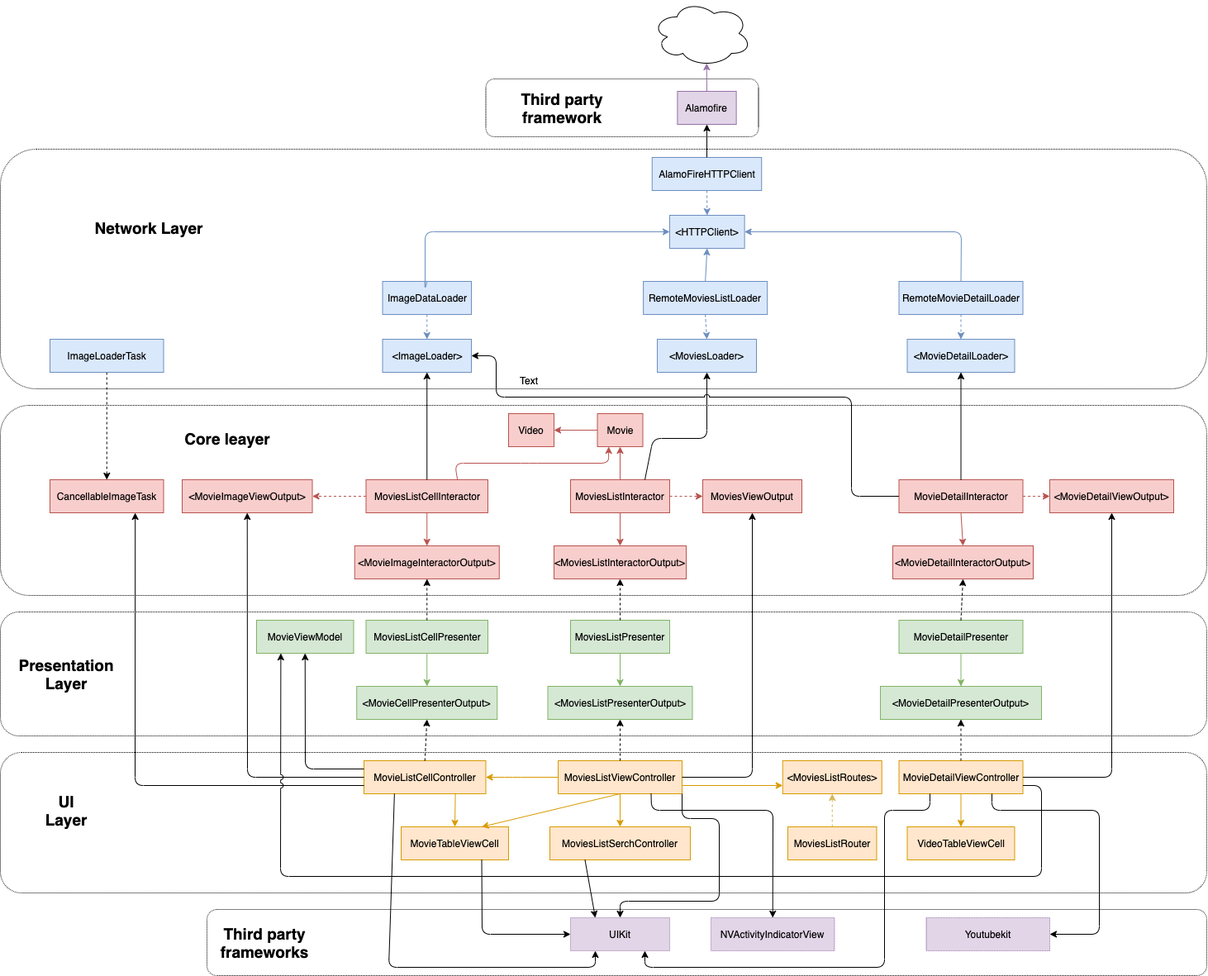
damcho/TMDBApp keeps this draw.io diagram as TMDBDiagram.png. Above is the earlier version. Source tidied: cells renumbered, new cells last; positions are measured from the earlier drawing's top-left corner, leaving out a move shared by most shapes.
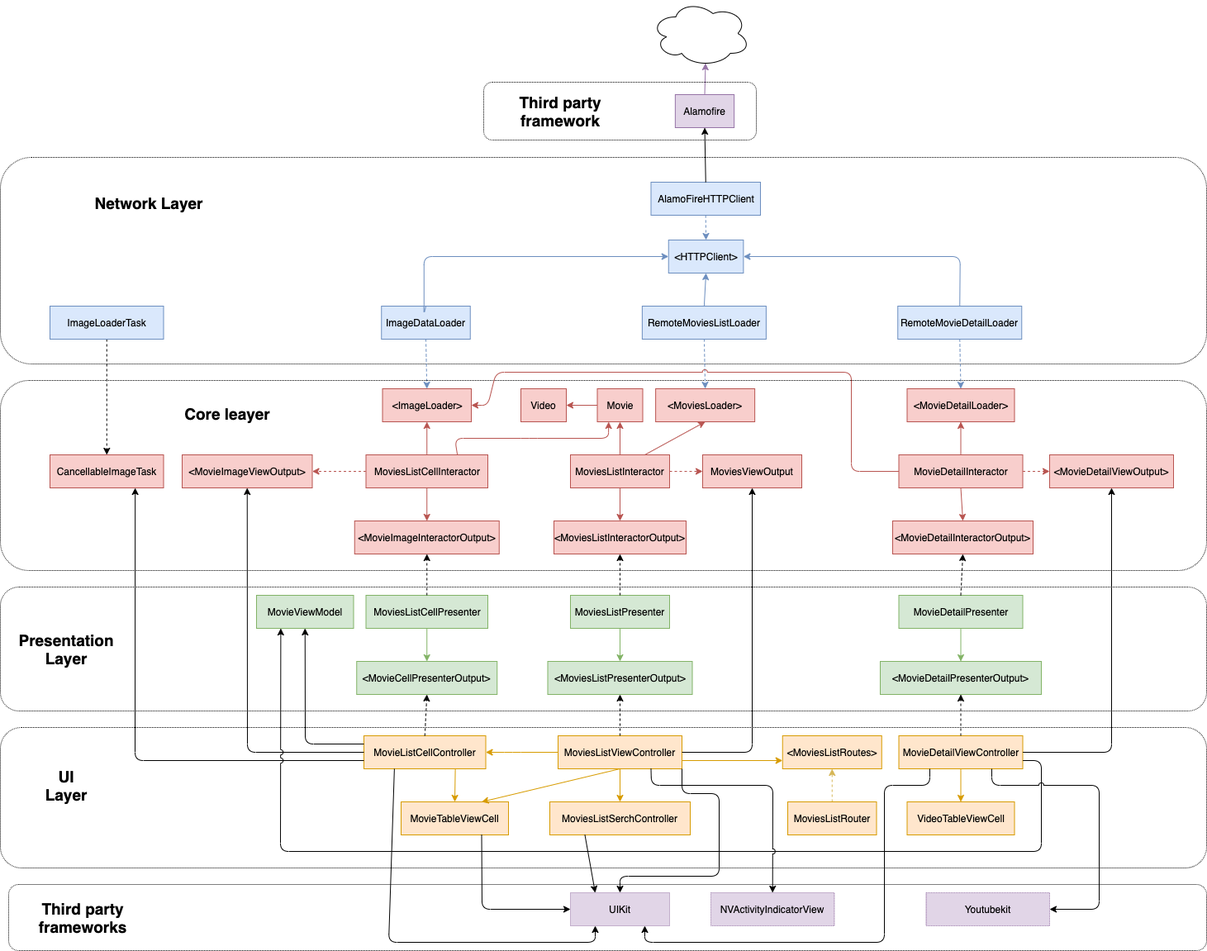
After the commit.

Diff of the diagram source:
```diff
@@ -3,10 +3,10 @@
     <mxCell id="0" />
     <mxCell id="1" parent="0" />
     <mxCell id="2" style="rounded=1;whiteSpace=wrap;html=1;dashed=1;dashPattern=1 1;" parent="1" vertex="1">
-      <mxGeometry x="250" y="1100" width="1210" height="80" as="geometry" />
+      <mxGeometry x="10" y="1100" width="1450" height="80" as="geometry" />
     </mxCell>
     <mxCell id="3" style="rounded=1;whiteSpace=wrap;html=1;dashed=1;dashPattern=1 1;" parent="1" vertex="1">
-      <mxGeometry x="587.5" y="95" width="330" height="70" as="geometry" />
+      <mxGeometry x="585" y="129" width="330" height="70" as="geometry" />
     </mxCell>
     <mxCell id="4" style="rounded=1;whiteSpace=wrap;html=1;dashed=1;dashPattern=1 1;" parent="1" vertex="1">
       <mxGeometry y="910" width="1460" height="170" as="geometry" />
@@ -18,7 +18,7 @@
       <mxGeometry y="490" width="1460" height="230" as="geometry" />
     </mxCell>
     <mxCell id="7" style="rounded=1;whiteSpace=wrap;html=1;dashed=1;dashPattern=1 1;" parent="1" vertex="1">
-      <mxGeometry y="180" width="1460" height="290" as="geometry" />
+      <mxGeometry y="220" width="1460" height="250" as="geometry" />
     </mxCell>
     <mxCell id="8" value="MoviesListInteractor" style="rounded=0;whiteSpace=wrap;html=1;fillColor=#f8cecc;strokeColor=#b85450;" parent="1" vertex="1">
       <mxGeometry x="690" y="580" width="120" height="40" as="geometry" />
@@ -41,20 +41,20 @@
     <mxCell id="14" value="&amp;lt;MoviesListInteractorOutput&amp;gt;" style="rounded=0;whiteSpace=wrap;html=1;fillColor=#f8cecc;strokeColor=#b85450;" parent="1" vertex="1">
       <mxGeometry x="670" y="660" width="160" height="40" as="geometry" />
     </mxCell>
-    <mxCell id="15" value="&amp;lt;MoviesLoader&amp;gt;" style="rounded=0;whiteSpace=wrap;html=1;fillColor=#dae8fc;strokeColor=#6c8ebf;" parent="1" vertex="1">
-      <mxGeometry x="795" y="410" width="120" height="40" as="geometry" />
+    <mxCell id="15" value="&amp;lt;MoviesLoader&amp;gt;" style="rounded=0;whiteSpace=wrap;html=1;fillColor=#f8cecc;strokeColor=#b85450;" parent="1" vertex="1">
+      <mxGeometry x="793.1" y="500" width="120" height="40" as="geometry" />
     </mxCell>
     <mxCell id="16" value="MoviesViewOutput" style="rounded=0;whiteSpace=wrap;html=1;fillColor=#f8cecc;strokeColor=#b85450;" parent="1" vertex="1">
       <mxGeometry x="850" y="580" width="120" height="40" as="geometry" />
     </mxCell>
     <mxCell id="17" value="RemoteMoviesListLoader" style="rounded=0;whiteSpace=wrap;html=1;fillColor=#dae8fc;strokeColor=#6c8ebf;" parent="1" vertex="1">
-      <mxGeometry x="778.1" y="340" width="150" height="40" as="geometry" />
+      <mxGeometry x="776.9" y="400" width="150" height="40" as="geometry" />
     </mxCell>
     <mxCell id="18" value="Movie" style="rounded=0;whiteSpace=wrap;html=1;fillColor=#f8cecc;strokeColor=#b85450;" parent="1" vertex="1">
       <mxGeometry x="722.5" y="500" width="55" height="40" as="geometry" />
     </mxCell>
     <mxCell id="19" value="Video" style="rounded=0;whiteSpace=wrap;html=1;fillColor=#f8cecc;strokeColor=#b85450;" parent="1" vertex="1">
-      <mxGeometry x="615" y="500" width="55" height="40" as="geometry" />
+      <mxGeometry x="630" y="500" width="55" height="40" as="geometry" />
     </mxCell>
     <mxCell id="20" style="endArrow=classic;html=1;entryX=0.5;entryY=0;entryDx=0;entryDy=0;exitX=0.5;exitY=1;exitDx=0;exitDy=0;fillColor=#ffe6cc;strokeColor=#d79b00;" parent="1" edge="1" source="13" target="10">
       <mxGeometry relative="1" as="geometry" />
@@ -90,13 +90,8 @@
         </Array>
       </mxGeometry>
     </mxCell>
-    <mxCell id="30" style="endArrow=classic;html=1;exitX=0.75;exitY=0;exitDx=0;exitDy=0;entryX=0.5;entryY=1;entryDx=0;entryDy=0;" parent="1" edge="1" source="8" target="15">
-      <mxGeometry relative="1" as="geometry">
-        <Array as="points">
-          <mxPoint x="790" y="530" />
-          <mxPoint x="855" y="530" />
-        </Array>
-      </mxGeometry>
+    <mxCell id="30" style="endArrow=classic;html=1;exitX=0.75;exitY=0;exitDx=0;exitDy=0;entryX=0.5;entryY=1;entryDx=0;entryDy=0;fillColor=#f8cecc;strokeColor=#b85450;" parent="1" edge="1" source="8" target="15">
+      <mxGeometry relative="1" as="geometry" />
     </mxCell>
     <mxCell id="31" style="endArrow=classic;html=1;dashed=1;entryX=0.5;entryY=0;entryDx=0;entryDy=0;exitX=0.5;exitY=1;exitDx=0;exitDy=0;fillColor=#dae8fc;strokeColor=#6c8ebf;" parent="1" edge="1" source="17" target="15">
       <mxGeometry relative="1" as="geometry" />
@@ -111,22 +106,22 @@
       <mxGeometry relative="1" as="geometry" />
     </mxCell>
     <mxCell id="35" value="&amp;lt;HTTPClient&amp;gt;" style="rounded=0;whiteSpace=wrap;html=1;fillColor=#dae8fc;strokeColor=#6c8ebf;" parent="1" vertex="1">
-      <mxGeometry x="810" y="260" width="90.6" height="40" as="geometry" />
+      <mxGeometry x="808.8" y="320" width="90.6" height="40" as="geometry" />
     </mxCell>
     <mxCell id="36" style="endArrow=classic;html=1;entryX=0.5;entryY=1;entryDx=0;entryDy=0;exitX=0.5;exitY=0;exitDx=0;exitDy=0;fillColor=#dae8fc;strokeColor=#6c8ebf;" parent="1" edge="1" source="17" target="35">
       <mxGeometry relative="1" as="geometry" />
     </mxCell>
     <mxCell id="37" value="AlamoFireHTTPClient" style="rounded=0;whiteSpace=wrap;html=1;fillColor=#dae8fc;strokeColor=#6c8ebf;" parent="1" vertex="1">
-      <mxGeometry x="788.8" y="190" width="132.5" height="40" as="geometry" />
+      <mxGeometry x="787.5" y="250" width="132.5" height="40" as="geometry" />
     </mxCell>
     <mxCell id="38" style="endArrow=classic;html=1;dashed=1;entryX=0.5;entryY=0;entryDx=0;entryDy=0;exitX=0.5;exitY=1;exitDx=0;exitDy=0;fillColor=#dae8fc;strokeColor=#6c8ebf;" parent="1" edge="1" source="37" target="35">
       <mxGeometry relative="1" as="geometry" />
     </mxCell>
     <mxCell id="39" style="ellipse;shape=cloud;whiteSpace=wrap;html=1;" parent="1" vertex="1">
-      <mxGeometry x="788.8" width="120" height="80" as="geometry" />
+      <mxGeometry x="787.5" y="30" width="120" height="80" as="geometry" />
     </mxCell>
     <mxCell id="40" value="Alamofire" style="rounded=0;whiteSpace=wrap;html=1;fillColor=#e1d5e7;strokeColor=#9673a6;" parent="1" vertex="1">
-      <mxGeometry x="819.4" y="110" width="71.2" height="40" as="geometry" />
+      <mxGeometry x="816.9" y="144" width="71.2" height="40" as="geometry" />
     </mxCell>
     <mxCell id="41" style="endArrow=classic;html=1;entryX=0.5;entryY=1;entryDx=0;entryDy=0;exitX=0.5;exitY=0;exitDx=0;exitDy=0;" parent="1" edge="1" source="37" target="40">
       <mxGeometry relative="1" as="geometry" />
@@ -181,10 +176,10 @@
     <mxCell id="55" style="endArrow=classic;html=1;dashed=1;entryX=1;entryY=0.5;entryDx=0;entryDy=0;exitX=0;exitY=0.5;exitDx=0;exitDy=0;fillColor=#f8cecc;strokeColor=#b85450;" parent="1" edge="1" source="43" target="48">
       <mxGeometry relative="1" as="geometry" />
     </mxCell>
-    <mxCell id="56" value="&amp;lt;ImageLoader&amp;gt;" style="rounded=0;whiteSpace=wrap;html=1;fillColor=#dae8fc;strokeColor=#6c8ebf;" parent="1" vertex="1">
-      <mxGeometry x="462.5" y="410" width="107.5" height="40" as="geometry" />
+    <mxCell id="56" value="&amp;lt;ImageLoader&amp;gt;" style="rounded=0;whiteSpace=wrap;html=1;fillColor=#f8cecc;strokeColor=#b85450;" parent="1" vertex="1">
+      <mxGeometry x="462.5" y="500" width="107.5" height="40" as="geometry" />
     </mxCell>
-    <mxCell id="57" style="endArrow=classic;html=1;entryX=0.5;entryY=1;entryDx=0;entryDy=0;exitX=0.5;exitY=0;exitDx=0;exitDy=0;" parent="1" edge="1" source="43" target="56">
+    <mxCell id="57" style="endArrow=classic;html=1;entryX=0.5;entryY=1;entryDx=0;entryDy=0;exitX=0.5;exitY=0;exitDx=0;exitDy=0;fillColor=#f8cecc;strokeColor=#b85450;" parent="1" edge="1" source="43" target="56">
       <mxGeometry relative="1" as="geometry" />
     </mxCell>
     <mxCell id="58" style="endArrow=classic;html=1;entryX=0.25;entryY=1;entryDx=0;entryDy=0;exitX=0.75;exitY=0;exitDx=0;exitDy=0;fillColor=#f8cecc;strokeColor=#b85450;" parent="1" edge="1" source="43" target="18">
@@ -197,7 +192,7 @@
       </mxGeometry>
     </mxCell>
     <mxCell id="59" value="ImageDataLoader" style="rounded=0;whiteSpace=wrap;html=1;fillColor=#dae8fc;strokeColor=#6c8ebf;" parent="1" vertex="1">
-      <mxGeometry x="462.5" y="340" width="107.5" height="40" as="geometry" />
+      <mxGeometry x="461.2" y="400" width="107.5" height="40" as="geometry" />
     </mxCell>
     <mxCell id="60" style="endArrow=classic;html=1;dashed=1;entryX=0.5;entryY=0;entryDx=0;entryDy=0;exitX=0.5;exitY=1;exitDx=0;exitDy=0;fillColor=#dae8fc;strokeColor=#6c8ebf;" parent="1" edge="1" source="59" target="56">
       <mxGeometry relative="1" as="geometry" />
@@ -205,8 +200,8 @@
     <mxCell id="61" style="endArrow=classic;html=1;entryX=0;entryY=0.5;entryDx=0;entryDy=0;exitX=0.5;exitY=0;exitDx=0;exitDy=0;fillColor=#dae8fc;strokeColor=#6c8ebf;" parent="1" edge="1" source="59" target="35">
       <mxGeometry relative="1" as="geometry">
         <Array as="points">
-          <mxPoint x="514" y="350" />
-          <mxPoint x="514" y="280" />
+          <mxPoint x="512.8" y="410" />
+          <mxPoint x="512.8" y="340" />
         </Array>
       </mxGeometry>
     </mxCell>
@@ -234,7 +229,7 @@
       <mxGeometry relative="1" as="geometry" />
     </mxCell>
     <mxCell id="67" value="ImageLoaderTask" style="rounded=0;whiteSpace=wrap;html=1;fillColor=#dae8fc;strokeColor=#6c8ebf;" parent="1" vertex="1">
-      <mxGeometry x="60" y="410" width="137.5" height="40" as="geometry" />
+      <mxGeometry x="60" y="400" width="137.5" height="40" as="geometry" />
     </mxCell>
     <mxCell id="68" style="endArrow=classic;html=1;entryX=0.5;entryY=0;entryDx=0;entryDy=0;exitX=0.75;exitY=1;exitDx=0;exitDy=0;fillColor=#ffe6cc;strokeColor=#d79b00;" parent="1" edge="1" source="45" target="11">
       <mxGeometry relative="1" as="geometry" />
@@ -279,23 +274,23 @@
     <mxCell id="80" style="endArrow=classic;html=1;dashed=1;entryX=0.5;entryY=1;entryDx=0;entryDy=0;exitX=0.5;exitY=0;exitDx=0;exitDy=0;" parent="1" edge="1" source="71" target="72">
       <mxGeometry relative="1" as="geometry" />
     </mxCell>
-    <mxCell id="81" style="endArrow=classic;html=1;entryX=1;entryY=0.5;entryDx=0;entryDy=0;exitX=0;exitY=0.5;exitDx=0;exitDy=0;jumpStyle=arc;" parent="1" edge="1" source="69" target="56">
+    <mxCell id="81" style="endArrow=classic;html=1;entryX=1;entryY=0.5;entryDx=0;entryDy=0;exitX=0;exitY=0.5;exitDx=0;exitDy=0;jumpStyle=arc;fillColor=#f8cecc;strokeColor=#b85450;" parent="1" edge="1" source="69" target="56">
       <mxGeometry relative="1" as="geometry">
         <Array as="points">
           <mxPoint x="1030" y="600" />
           <mxPoint x="1030" y="480" />
           <mxPoint x="600" y="480" />
-          <mxPoint x="600" y="430" />
+          <mxPoint x="590" y="520" />
         </Array>
       </mxGeometry>
     </mxCell>
     <mxCell id="82" value="RemoteMovieDetailLoader" style="rounded=0;whiteSpace=wrap;html=1;fillColor=#dae8fc;strokeColor=#6c8ebf;" parent="1" vertex="1">
-      <mxGeometry x="1087.5" y="340" width="150" height="40" as="geometry" />
+      <mxGeometry x="1086.2" y="400" width="150" height="40" as="geometry" />
     </mxCell>
-    <mxCell id="83" value="&amp;lt;MovieDetailLoader&amp;gt;" style="rounded=0;whiteSpace=wrap;html=1;fillColor=#dae8fc;strokeColor=#6c8ebf;" parent="1" vertex="1">
-      <mxGeometry x="1097.5" y="410" width="130" height="40" as="geometry" />
+    <mxCell id="83" value="&amp;lt;MovieDetailLoader&amp;gt;" style="rounded=0;whiteSpace=wrap;html=1;fillColor=#f8cecc;strokeColor=#b85450;" parent="1" vertex="1">
+      <mxGeometry x="1097.5" y="500" width="130" height="40" as="geometry" />
     </mxCell>
-    <mxCell id="84" style="endArrow=classic;html=1;entryX=0.5;entryY=1;entryDx=0;entryDy=0;exitX=0.5;exitY=0;exitDx=0;exitDy=0;" parent="1" edge="1" source="69" target="83">
+    <mxCell id="84" style="endArrow=classic;html=1;entryX=0.5;entryY=1;entryDx=0;entryDy=0;exitX=0.5;exitY=0;exitDx=0;exitDy=0;fillColor=#f8cecc;strokeColor=#b85450;" parent="1" edge="1" source="69" target="83">
       <mxGeometry relative="1" as="geometry" />
     </mxCell>
     <mxCell id="85" style="endArrow=classic;html=1;dashed=1;entryX=0.5;entryY=0;entryDx=0;entryDy=0;exitX=0.5;exitY=1;exitDx=0;exitDy=0;fillColor=#dae8fc;strokeColor=#6c8ebf;" parent="1" edge="1" source="82" target="83">
@@ -304,7 +299,7 @@
     <mxCell id="86" style="endArrow=classic;html=1;entryX=1;entryY=0.5;entryDx=0;entryDy=0;exitX=0.5;exitY=0;exitDx=0;exitDy=0;fillColor=#dae8fc;strokeColor=#6c8ebf;" parent="1" edge="1" source="82" target="35">
       <mxGeometry relative="1" as="geometry">
         <Array as="points">
-          <mxPoint x="1163" y="280" />
+          <mxPoint x="1161.8" y="340" />
         </Array>
       </mxGeometry>
     </mxCell>
@@ -329,7 +324,7 @@
     <mxCell id="91" value="NVActivityIndicatorView" style="rounded=0;whiteSpace=wrap;html=1;dashed=1;dashPattern=1 1;fillColor=#e1d5e7;strokeColor=#9673a6;" parent="1" vertex="1">
       <mxGeometry x="860" y="1110" width="149.4" height="40" as="geometry" />
     </mxCell>
-    <mxCell id="92" style="endArrow=classic;html=1;entryX=0.5;entryY=0;entryDx=0;entryDy=0;exitX=0.75;exitY=1;exitDx=0;exitDy=0;" parent="1" edge="1" source="13" target="91">
+    <mxCell id="92" style="endArrow=classic;html=1;entryX=0.5;entryY=0;entryDx=0;entryDy=0;exitX=0.75;exitY=1;exitDx=0;exitDy=0;jumpStyle=arc;" parent="1" edge="1" source="13" target="91">
       <mxGeometry relative="1" as="geometry">
         <Array as="points">
           <mxPoint x="788" y="980" />
@@ -368,16 +363,13 @@
         </Array>
       </mxGeometry>
     </mxCell>
-    <mxCell id="97" value="Text" style="text;html=1;strokeColor=none;fillColor=none;align=center;verticalAlign=middle;whiteSpace=wrap;rounded=0;dashed=1;dashPattern=1 1;" parent="1" vertex="1">
-      <mxGeometry x="620" y="450" width="40" height="20" as="geometry" />
-    </mxCell>
     <mxCell id="98" value="Network Layer&lt;br style=&quot;font-size: 19px;&quot;&gt;" style="text;html=1;strokeColor=none;fillColor=none;align=center;verticalAlign=middle;whiteSpace=wrap;rounded=0;dashed=1;dashPattern=1 1;fontSize=19;fontStyle=1;" parent="1" vertex="1">
       <mxGeometry x="80" y="230" width="200" height="90" as="geometry" />
     </mxCell>
     <mxCell id="99" value="Third party framework" style="text;html=1;strokeColor=none;fillColor=none;align=center;verticalAlign=middle;whiteSpace=wrap;rounded=0;dashed=1;dashPattern=1 1;fontSize=19;fontStyle=1;" parent="1" vertex="1">
-      <mxGeometry x="620" y="120" width="120" height="20" as="geometry" />
+      <mxGeometry x="617.5" y="154" width="120" height="20" as="geometry" />
     </mxCell>
-    <mxCell id="100" value="Core leayer" style="text;html=1;strokeColor=none;fillColor=none;align=center;verticalAlign=middle;whiteSpace=wrap;rounded=0;dashed=1;dashPattern=1 1;fontSize=19;fontStyle=1;" parent="1" vertex="1">
+    <mxCell id="100" value="Core leayer" style="text;html=1;align=center;verticalAlign=middle;whiteSpace=wrap;rounded=0;dashed=1;dashPattern=1 1;fontSize=19;fontStyle=1;" parent="1" vertex="1">
       <mxGeometry x="180" y="510" width="190" height="40" as="geometry" />
     </mxCell>
     <mxCell id="101" value="Presentation Layer" style="text;html=1;strokeColor=none;fillColor=none;align=center;verticalAlign=middle;whiteSpace=wrap;rounded=0;dashed=1;dashPattern=1 1;fontSize=19;fontStyle=1;" parent="1" vertex="1">
@@ -387,7 +379,7 @@
       <mxGeometry x="60" y="970" width="40" height="20" as="geometry" />
     </mxCell>
     <mxCell id="103" value="Third party frameworks" style="text;html=1;strokeColor=none;fillColor=none;align=center;verticalAlign=middle;whiteSpace=wrap;rounded=0;dashed=1;dashPattern=1 1;fontSize=19;fontStyle=1;" parent="1" vertex="1">
-      <mxGeometry x="300" y="1130" width="40" height="20" as="geometry" />
+      <mxGeometry x="80" y="1130" width="40" height="20" as="geometry" />
     </mxCell>
     <mxCell id="104" style="endArrow=classic;html=1;entryX=0;entryY=0.5;entryDx=0;entryDy=0;exitX=0.75;exitY=1;exitDx=0;exitDy=0;" parent="1" edge="1" source="11" target="90">
       <mxGeometry relative="1" as="geometry">
@@ -402,7 +394,7 @@
     <mxCell id="106" value="Youtubekit" style="rounded=0;whiteSpace=wrap;html=1;dashed=1;dashPattern=1 1;fillColor=#e1d5e7;strokeColor=#9673a6;" parent="1" vertex="1">
       <mxGeometry x="1120.6" y="1110" width="149.4" height="40" as="geometry" />
     </mxCell>
-    <mxCell id="107" style="endArrow=classic;html=1;entryX=1;entryY=0.5;entryDx=0;entryDy=0;exitX=0.75;exitY=1;exitDx=0;exitDy=0;" parent="1" edge="1" source="71" target="106">
+    <mxCell id="107" style="endArrow=classic;html=1;entryX=1;entryY=0.5;entryDx=0;entryDy=0;exitX=0.75;exitY=1;exitDx=0;exitDy=0;jumpStyle=arc;" parent="1" edge="1" source="71" target="106">
       <mxGeometry relative="1" as="geometry">
         <Array as="points">
           <mxPoint x="1200" y="980" />
```
